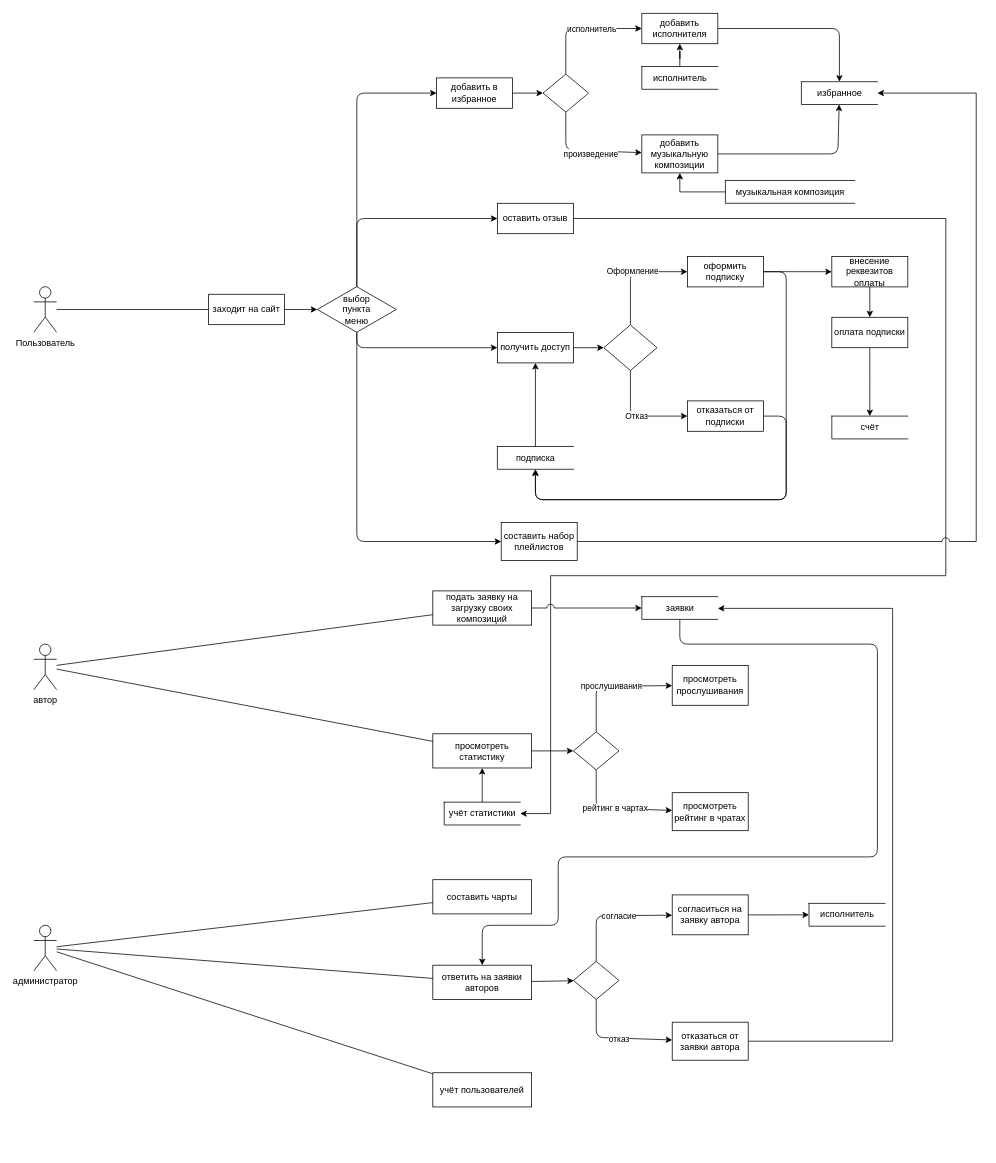
Before: DFD_MusicLibrary.drawio in Arina-Skildeeva/Description-, a draw.io diagram. Source tidied: cells renumbered, new cells numbered last; positions are measured from the earlier drawing's top-left corner, leaving out a move shared by most shapes. Both pictures are drawn from the tidied source at 76%, with x=0, y=0 at pixel (33, 13).
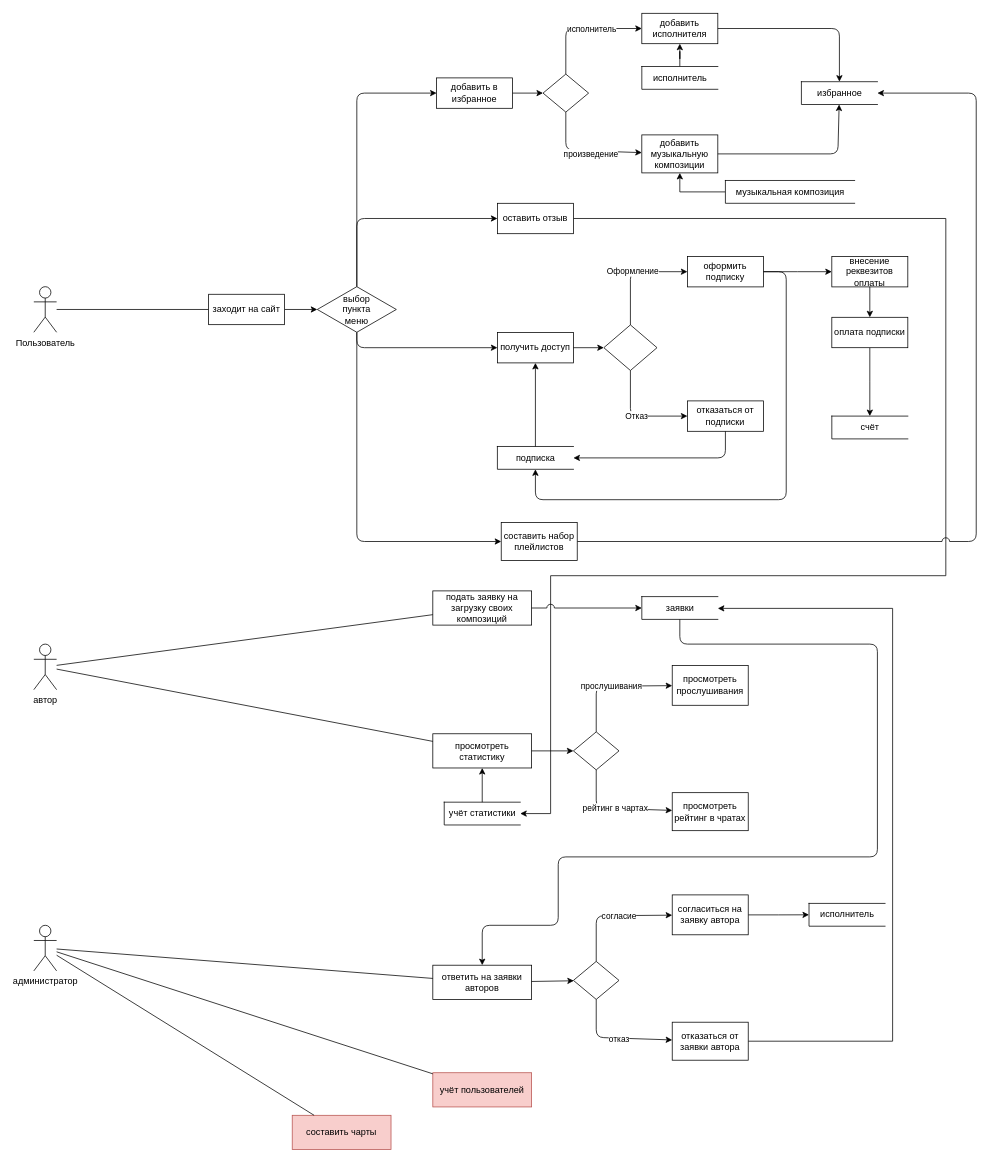
Above is the later version.

The change refers to these unchanged cells:
```xml
<mxCell id="12" value="подписка" style="html=1;dashed=0;whitespace=wrap;shape=partialRectangle;right=0;" parent="1" vertex="1">
  <mxGeometry x="610" y="570" width="100" height="30" as="geometry" />
</mxCell>
<mxCell id="16" value="отказаться от подписки" style="rounded=0;whiteSpace=wrap;html=1;" parent="1" vertex="1">
  <mxGeometry x="860" y="510" width="100" height="40" as="geometry" />
</mxCell>
<mxCell id="29" value="избранное" style="html=1;dashed=0;whitespace=wrap;shape=partialRectangle;right=0;" parent="1" vertex="1">
  <mxGeometry x="1010" y="90" width="100" height="30" as="geometry" />
</mxCell>
<mxCell id="33" value="составить набор плейлистов" style="rounded=0;whiteSpace=wrap;html=1;" parent="1" vertex="1">
  <mxGeometry x="615" y="670" width="100" height="50" as="geometry" />
</mxCell>
```

What changed in the source:
```diff
@@
     <mxCell id="20" style="endArrow=classic;html=1;edgeStyle=orthogonalEdgeStyle;" parent="1" edge="1" source="16" target="12">
       <mxGeometry relative="1" as="geometry">
         <Array as="points">
-          <mxPoint x="990" y="530" />
-          <mxPoint x="990" y="640" />
-          <mxPoint x="660" y="640" />
+          <mxPoint x="910" y="585" />
         </Array>
       </mxGeometry>
     </mxCell>
@@
-    <mxCell id="32" style="edgeStyle=orthogonalEdgeStyle;rounded=0;jettySize=auto;html=1;entryX=1;entryY=0.5;entryDx=0;entryDy=0;jumpStyle=arc;jumpSize=10;" parent="1" edge="1" source="33" target="29">
+    <mxCell id="32" style="edgeStyle=orthogonalEdgeStyle;rounded=1;jettySize=auto;html=1;entryX=1;entryY=0.5;entryDx=0;entryDy=0;jumpStyle=arc;jumpSize=10;" parent="1" edge="1" source="33" target="29">
       <mxGeometry relative="1" as="geometry">
         <Array as="points">
           <mxPoint x="1240" y="695" />
           <mxPoint x="1240" y="105" />
         </Array>
       </mxGeometry>
     </mxCell>
@@
-    <mxCell id="46" value="составить чарты" style="rounded=0;whiteSpace=wrap;html=1;" parent="1" vertex="1">
-      <mxGeometry x="525" y="1140" width="130" height="45" as="geometry" />
+    <mxCell id="46" value="составить чарты" style="rounded=0;whiteSpace=wrap;html=1;fillColor=#f8cecc;strokeColor=#b85450;" parent="1" vertex="1">
+      <mxGeometry x="340" y="1450" width="130" height="45" as="geometry" />
     </mxCell>
@@
-    <mxCell id="61" value="учёт пользователей" style="rounded=0;whiteSpace=wrap;html=1;" parent="1" vertex="1">
+    <mxCell id="61" value="учёт пользователей" style="rounded=0;whiteSpace=wrap;html=1;fillColor=#f8cecc;strokeColor=#b85450;" parent="1" vertex="1">
       <mxGeometry x="525" y="1394" width="130" height="45" as="geometry" />
     </mxCell>
```
